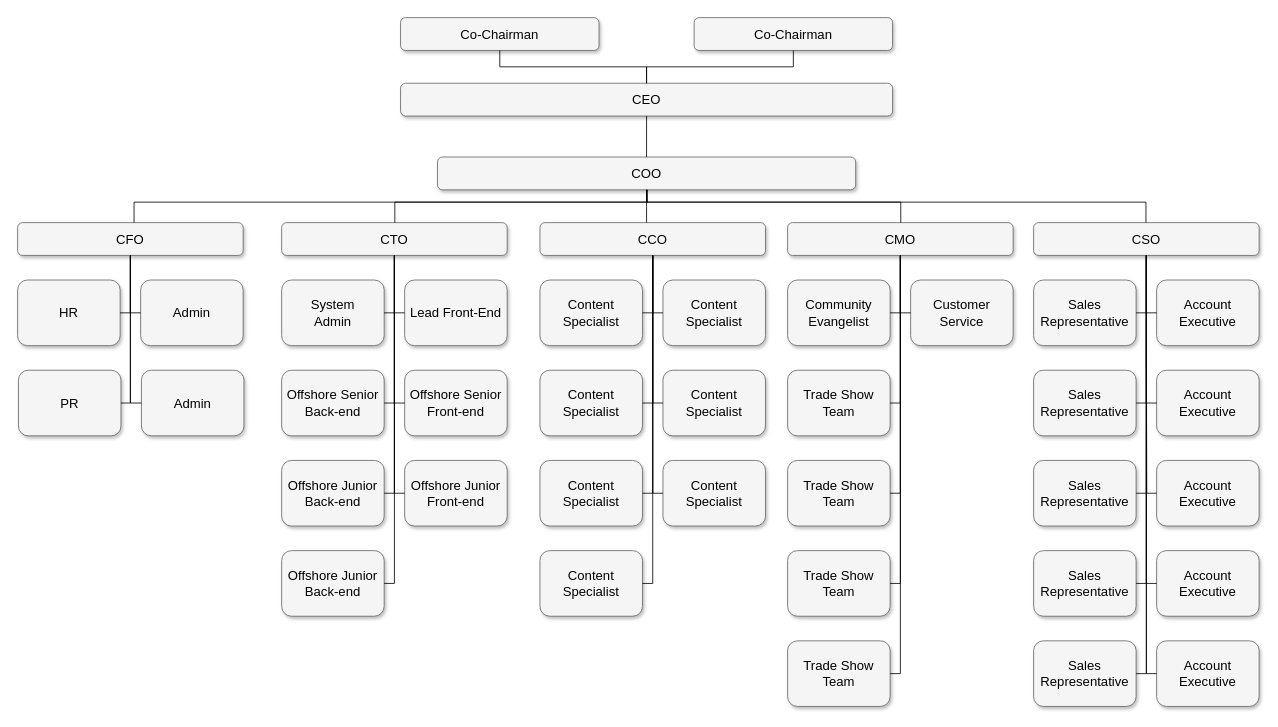
Before: page "Page-1" (1 of 2) of Untitled Diagram.drawio in Danil-Semenov/TermPaper7thSemester, a draw.io diagram. Source tidied: cells renumbered, new cells numbered last; positions are measured from the earlier drawing's top-left corner, leaving out a move shared by most shapes. Both pictures are drawn from the tidied source at 82%, with x=0, y=0 at pixel (17, 17).
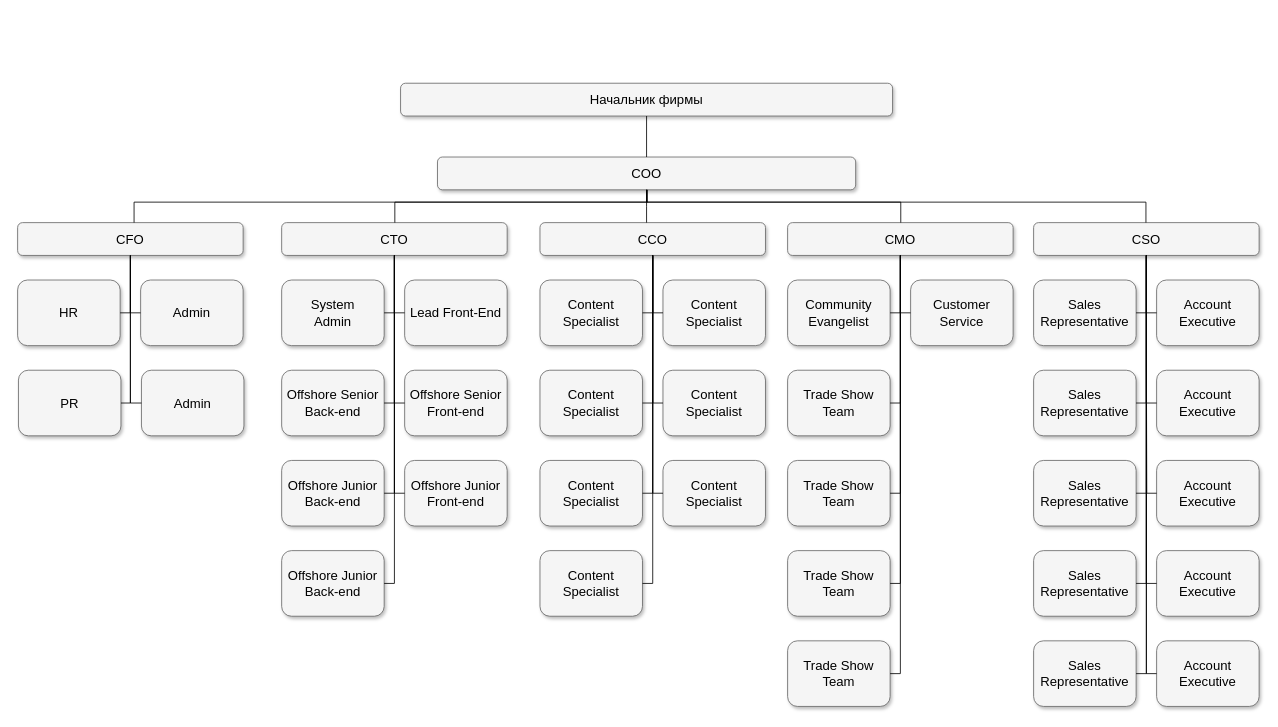
The same diagram, later.

Commit message:
Нарисовал 1 и 2 диаграмму

Change to the diagram source:
```diff
@@
-    <mxCell id="2" value="Co-Chairman" style="whiteSpace=wrap;html=1;rounded=1;shadow=1;strokeWidth=1;fontSize=16;align=center;fillColor=#f5f5f5;strokeColor=#666666;" parent="1" vertex="1">
-      <mxGeometry x="825" width="242" height="40" as="geometry" />
-    </mxCell>
-    <mxCell id="3" value="CEO" style="whiteSpace=wrap;html=1;rounded=1;shadow=1;strokeWidth=1;fontSize=16;align=center;fillColor=#f5f5f5;strokeColor=#666666;" parent="1" vertex="1">
+    <mxCell id="3" value="Начальник фирмы" style="whiteSpace=wrap;html=1;rounded=1;shadow=1;strokeWidth=1;fontSize=16;align=center;fillColor=#f5f5f5;strokeColor=#666666;" parent="1" vertex="1">
       <mxGeometry x="467" y="80" width="600" height="40" as="geometry" />
     </mxCell>
@@
-    <mxCell id="40" value="Co-Chairman" style="whiteSpace=wrap;html=1;rounded=1;shadow=1;strokeWidth=1;fontSize=16;align=center;fillColor=#f5f5f5;strokeColor=#666666;" parent="1" vertex="1">
-      <mxGeometry x="467" width="242" height="40" as="geometry" />
-    </mxCell>
@@
-    <mxCell id="45" style="edgeStyle=orthogonalEdgeStyle;html=1;startSize=6;endFill=0;endSize=6;strokeWidth=1;fontSize=16;rounded=0;endArrow=none;" parent="1" edge="1" source="40" target="3">
-      <mxGeometry relative="1" as="geometry" />
-    </mxCell>
-    <mxCell id="46" style="edgeStyle=orthogonalEdgeStyle;html=1;startSize=6;endFill=0;endSize=6;strokeWidth=1;fontSize=16;rounded=0;endArrow=none;" parent="1" edge="1" source="2" target="3">
-      <mxGeometry relative="1" as="geometry" />
-    </mxCell>
```
